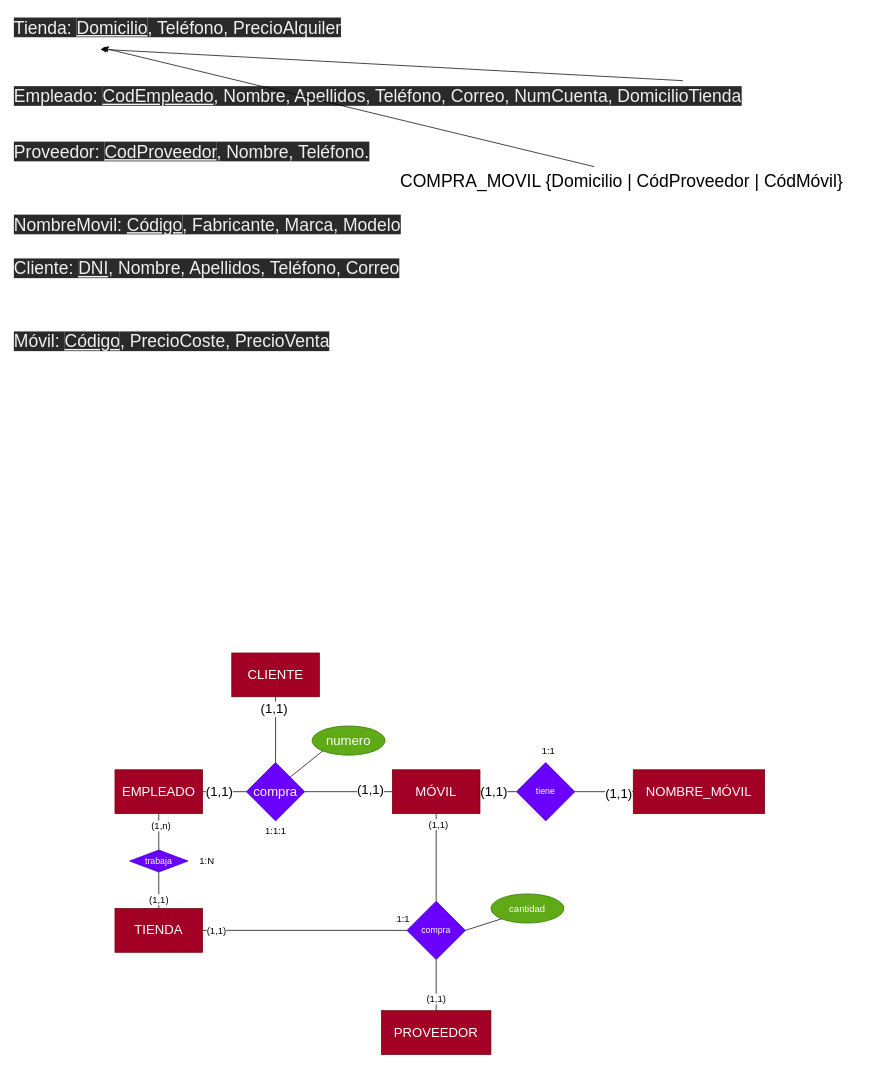
This is Ejercicio4R.drawio from antonionavarro04/diagramas, a draw.io file, before an edit. Source tidied: cells renumbered, new cells numbered last; positions are measured from the earlier drawing's top-left corner, leaving out a move shared by most shapes. Both pictures are drawn from the tidied source at 73%, with x=0, y=0 at pixel (12, 12).
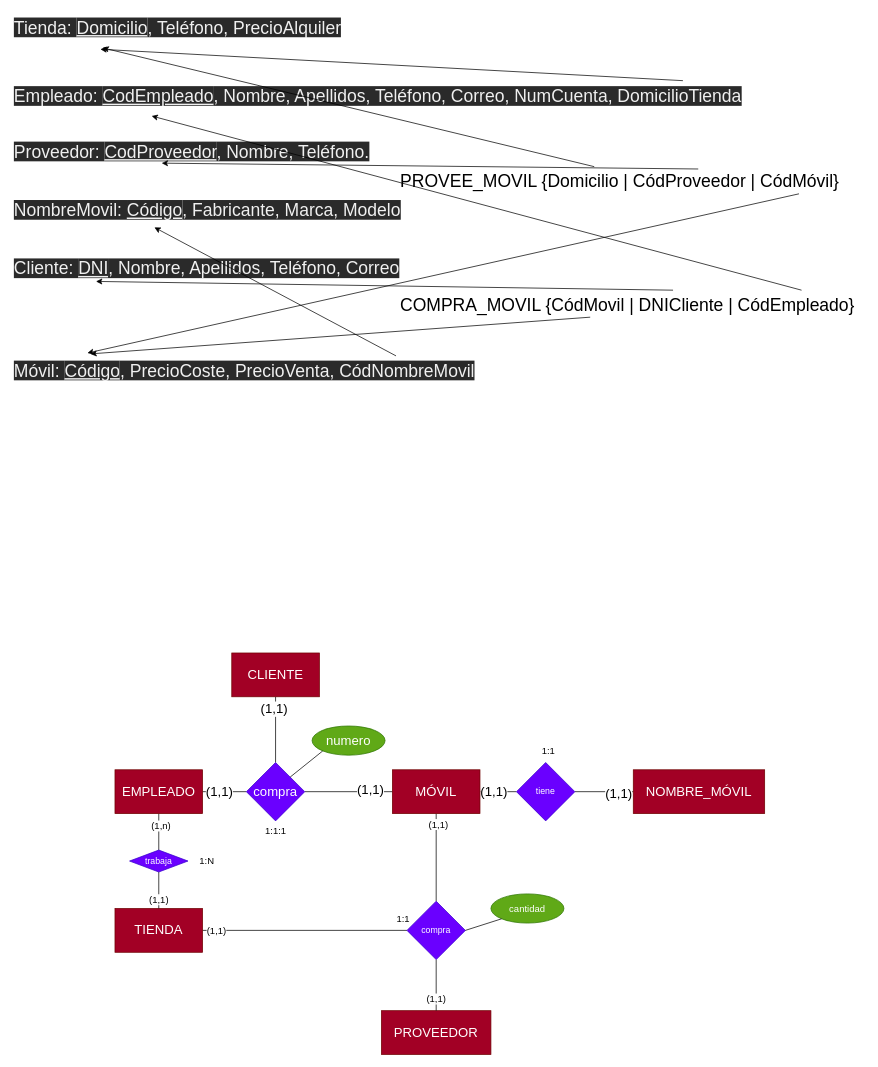
Above is the later version.

The change refers to these unchanged cells:
```xml
<mxCell id="40" value="&lt;span style=&quot;color: rgb(240, 240, 240); font-family: Helvetica; font-size: 24px; font-style: normal; font-variant-ligatures: normal; font-variant-caps: normal; font-weight: 400; letter-spacing: normal; orphans: 2; text-align: left; text-indent: 0px; text-transform: none; widows: 2; word-spacing: 0px; -webkit-text-stroke-width: 0px; background-color: rgb(42, 42, 42); text-decoration-thickness: initial; text-decoration-style: initial; text-decoration-color: initial; float: none; display: inline !important;&quot;&gt;Empleado:&lt;span&gt;&amp;nbsp;&lt;/span&gt;&lt;/span&gt;&lt;u style=&quot;color: rgb(240, 240, 240); font-family: Helvetica; font-size: 24px; font-style: normal; font-variant-ligatures: normal; font-variant-caps: normal; font-weight: 400; letter-spacing: normal; orphans: 2; text-align: left; text-indent: 0px; text-transform: none; widows: 2; word-spacing: 0px; -webkit-text-stroke-width: 0px; background-color: rgb(42, 42, 42);&quot;&gt;CodEmpleado&lt;/u&gt;&lt;span style=&quot;color: rgb(240, 240, 240); font-family: Helvetica; font-size: 24px; font-style: normal; font-variant-ligatures: normal; font-variant-caps: normal; font-weight: 400; letter-spacing: normal; orphans: 2; text-align: left; text-indent: 0px; text-transform: none; widows: 2; word-spacing: 0px; -webkit-text-stroke-width: 0px; background-color: rgb(42, 42, 42); text-decoration-thickness: initial; text-decoration-style: initial; text-decoration-color: initial; float: none; display: inline !important;&quot;&gt;, Nombre, Apellidos, Teléfono, Correo, NumCuenta, DomicilioTienda&lt;/span&gt;" style="text;html=1;strokeColor=none;fillColor=none;align=left;verticalAlign=middle;whiteSpace=wrap;rounded=0;fontSize=24;" parent="1" vertex="1">
  <mxGeometry y="90" width="1160" height="50" as="geometry" />
</mxCell>
```

Change to the diagram source:
```diff
@@
-    <mxCell id="42" value="&lt;span style=&quot;color: rgb(240, 240, 240); font-family: Helvetica; font-size: 24px; font-style: normal; font-variant-ligatures: normal; font-variant-caps: normal; font-weight: 400; letter-spacing: normal; orphans: 2; text-align: left; text-indent: 0px; text-transform: none; widows: 2; word-spacing: 0px; -webkit-text-stroke-width: 0px; background-color: rgb(42, 42, 42); text-decoration-thickness: initial; text-decoration-style: initial; text-decoration-color: initial; float: none; display: inline !important;&quot;&gt;Móvil:&lt;span&gt;&amp;nbsp;&lt;/span&gt;&lt;/span&gt;&lt;u style=&quot;color: rgb(240, 240, 240); font-family: Helvetica; font-size: 24px; font-style: normal; font-variant-ligatures: normal; font-variant-caps: normal; font-weight: 400; letter-spacing: normal; orphans: 2; text-align: left; text-indent: 0px; text-transform: none; widows: 2; word-spacing: 0px; -webkit-text-stroke-width: 0px; background-color: rgb(42, 42, 42);&quot;&gt;Código&lt;/u&gt;&lt;span style=&quot;color: rgb(240, 240, 240); font-family: Helvetica; font-size: 24px; font-style: normal; font-variant-ligatures: normal; font-variant-caps: normal; font-weight: 400; letter-spacing: normal; orphans: 2; text-align: left; text-indent: 0px; text-transform: none; widows: 2; word-spacing: 0px; -webkit-text-stroke-width: 0px; background-color: rgb(42, 42, 42); text-decoration-thickness: initial; text-decoration-style: initial; text-decoration-color: initial; float: none; display: inline !important;&quot;&gt;, PrecioCoste, PrecioVenta&lt;/span&gt;" style="text;whiteSpace=wrap;html=1;fontSize=24;" parent="1" vertex="1">
-      <mxGeometry y="430" width="470" height="50" as="geometry" />
+    <mxCell id="42" value="&lt;span style=&quot;color: rgb(240, 240, 240); font-family: Helvetica; font-size: 24px; font-style: normal; font-variant-ligatures: normal; font-variant-caps: normal; font-weight: 400; letter-spacing: normal; orphans: 2; text-align: left; text-indent: 0px; text-transform: none; widows: 2; word-spacing: 0px; -webkit-text-stroke-width: 0px; background-color: rgb(42, 42, 42); text-decoration-thickness: initial; text-decoration-style: initial; text-decoration-color: initial; float: none; display: inline !important;&quot;&gt;Móvil:&lt;span&gt;&amp;nbsp;&lt;/span&gt;&lt;/span&gt;&lt;u style=&quot;color: rgb(240, 240, 240); font-family: Helvetica; font-size: 24px; font-style: normal; font-variant-ligatures: normal; font-variant-caps: normal; font-weight: 400; letter-spacing: normal; orphans: 2; text-align: left; text-indent: 0px; text-transform: none; widows: 2; word-spacing: 0px; -webkit-text-stroke-width: 0px; background-color: rgb(42, 42, 42);&quot;&gt;Código&lt;/u&gt;&lt;span style=&quot;color: rgb(240, 240, 240); font-family: Helvetica; font-size: 24px; font-style: normal; font-variant-ligatures: normal; font-variant-caps: normal; font-weight: 400; letter-spacing: normal; orphans: 2; text-align: left; text-indent: 0px; text-transform: none; widows: 2; word-spacing: 0px; -webkit-text-stroke-width: 0px; background-color: rgb(42, 42, 42); text-decoration-thickness: initial; text-decoration-style: initial; text-decoration-color: initial; float: none; display: inline !important;&quot;&gt;, PrecioCoste, PrecioVenta, CódNombreMovil&lt;/span&gt;" style="text;whiteSpace=wrap;html=1;fontSize=24;" parent="1" vertex="1">
+      <mxGeometry y="470" width="700" height="50" as="geometry" />
     </mxCell>
     <mxCell id="43" value="&lt;span style=&quot;color: rgb(240, 240, 240); font-family: Helvetica; font-size: 24px; font-style: normal; font-variant-ligatures: normal; font-variant-caps: normal; font-weight: 400; letter-spacing: normal; orphans: 2; text-align: left; text-indent: 0px; text-transform: none; widows: 2; word-spacing: 0px; -webkit-text-stroke-width: 0px; background-color: rgb(42, 42, 42); text-decoration-thickness: initial; text-decoration-style: initial; text-decoration-color: initial; float: none; display: inline !important;&quot;&gt;NombreMovil:&lt;span&gt;&amp;nbsp;&lt;/span&gt;&lt;/span&gt;&lt;u style=&quot;color: rgb(240, 240, 240); font-family: Helvetica; font-size: 24px; font-style: normal; font-variant-ligatures: normal; font-variant-caps: normal; font-weight: 400; letter-spacing: normal; orphans: 2; text-align: left; text-indent: 0px; text-transform: none; widows: 2; word-spacing: 0px; -webkit-text-stroke-width: 0px; background-color: rgb(42, 42, 42);&quot;&gt;Código&lt;/u&gt;&lt;span style=&quot;color: rgb(240, 240, 240); font-family: Helvetica; font-size: 24px; font-style: normal; font-variant-ligatures: normal; font-variant-caps: normal; font-weight: 400; letter-spacing: normal; orphans: 2; text-align: left; text-indent: 0px; text-transform: none; widows: 2; word-spacing: 0px; -webkit-text-stroke-width: 0px; background-color: rgb(42, 42, 42); text-decoration-thickness: initial; text-decoration-style: initial; text-decoration-color: initial; float: none; display: inline !important;&quot;&gt;, Fabricante, Marca, Modelo&lt;/span&gt;" style="text;whiteSpace=wrap;html=1;fontSize=24;" parent="1" vertex="1">
-      <mxGeometry y="270" width="560" height="80" as="geometry" />
+      <mxGeometry y="250" width="560" height="80" as="geometry" />
     </mxCell>
@@
-    <mxCell id="47" value="COMPRA_MOVIL {Domicilio | CódProveedor | CódMóvil}" style="text;whiteSpace=wrap;html=1;fontSize=24;" parent="1" vertex="1">
+    <mxCell id="47" value="PROVEE_MOVIL {Domicilio | CódProveedor | CódMóvil}" style="text;whiteSpace=wrap;html=1;fontSize=24;" parent="1" vertex="1">
       <mxGeometry x="529" y="210" width="640" height="80" as="geometry" />
     </mxCell>
@@
+    <mxCell id="49" style="endArrow=classic;html=1;rounded=0;fontSize=24;endFill=1;" parent="1" edge="1">
+      <mxGeometry relative="1" as="geometry">
+        <mxPoint x="939" y="214" as="sourcePoint" />
+        <mxPoint x="204" y="206" as="targetPoint" />
+      </mxGeometry>
+    </mxCell>
+    <mxCell id="50" style="endArrow=classic;html=1;rounded=0;fontSize=24;endFill=1;entryX=0.146;entryY=-0.078;entryDx=0;entryDy=0;entryPerimeter=0;" parent="1" edge="1" target="42">
+      <mxGeometry relative="1" as="geometry">
+        <mxPoint x="1077" y="248" as="sourcePoint" />
+      </mxGeometry>
+    </mxCell>
+    <mxCell id="51" style="endArrow=classic;html=1;rounded=0;fontSize=24;endFill=1;exitX=0.75;exitY=0;exitDx=0;exitDy=0;" parent="1" edge="1" source="42">
+      <mxGeometry relative="1" as="geometry">
+        <mxPoint x="194" y="294" as="targetPoint" />
+      </mxGeometry>
+    </mxCell>
+    <mxCell id="52" value="COMPRA_MOVIL {CódMovil | DNICliente | CódEmpleado}" style="text;whiteSpace=wrap;html=1;fontSize=24;" parent="1" vertex="1">
+      <mxGeometry x="529" y="380" width="640" height="80" as="geometry" />
+    </mxCell>
+    <mxCell id="53" style="endArrow=classic;html=1;rounded=0;fontSize=24;endFill=1;entryX=0.152;entryY=-0.054;entryDx=0;entryDy=0;entryPerimeter=0;" parent="1" edge="1" target="42">
+      <mxGeometry relative="1" as="geometry">
+        <mxPoint x="791" y="417" as="sourcePoint" />
+      </mxGeometry>
+    </mxCell>
+    <mxCell id="54" style="endArrow=classic;html=1;rounded=0;fontSize=24;endFill=1;exitX=0.75;exitY=0;exitDx=0;exitDy=0;" parent="1" edge="1">
+      <mxGeometry relative="1" as="geometry">
+        <mxPoint x="904.5" y="380" as="sourcePoint" />
+        <mxPoint x="114" y="368" as="targetPoint" />
+      </mxGeometry>
+    </mxCell>
+    <mxCell id="55" style="endArrow=classic;html=1;rounded=0;fontSize=24;endFill=1;exitX=0.75;exitY=0;exitDx=0;exitDy=0;entryX=0.164;entryY=1.028;entryDx=0;entryDy=0;entryPerimeter=0;" parent="1" edge="1" target="40">
+      <mxGeometry relative="1" as="geometry">
+        <mxPoint x="1080.5" y="380" as="sourcePoint" />
+      </mxGeometry>
+    </mxCell>
```
